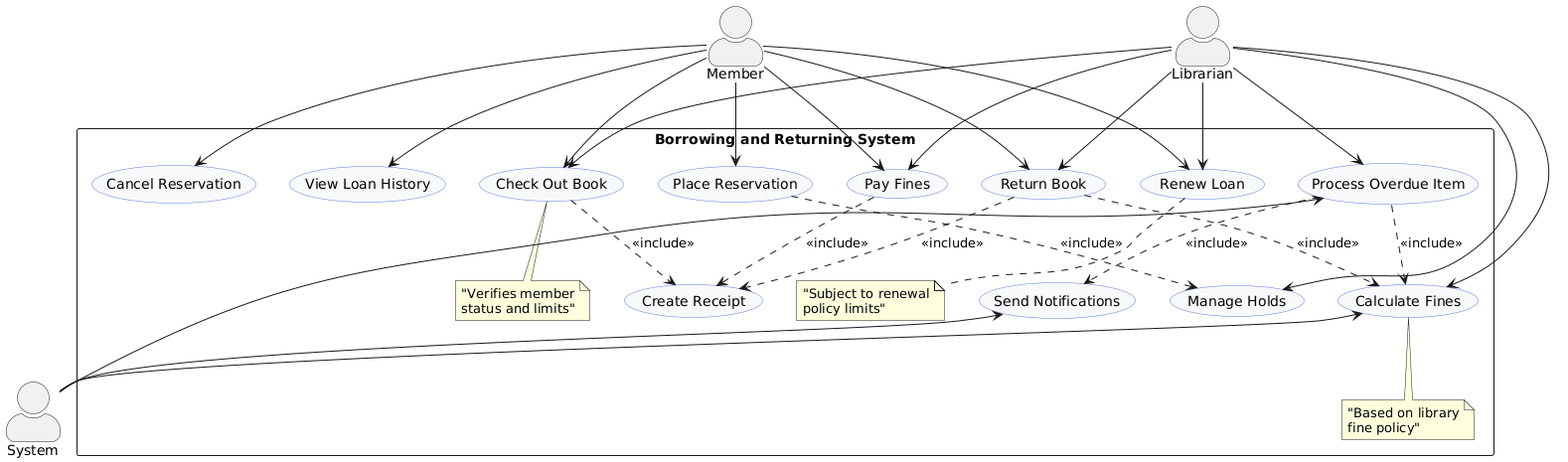
yasinsezgin44/davon-library-system keeps this PlantUML diagram as davon-library-webui/docs/diagrams/Borrowing-Returning-UseCase.png. Above is the earlier version.
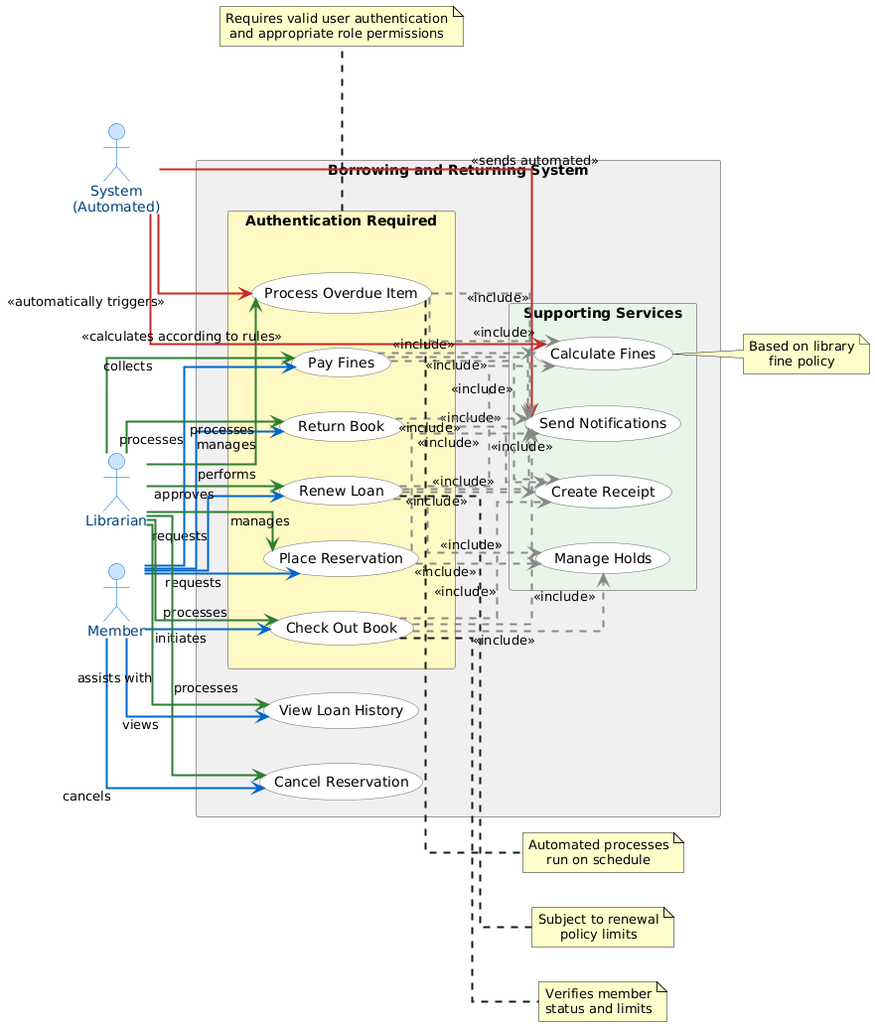
After the commit.

Commit message:
Update use case diagrams in documentation

Change to the diagram source:
```diff
@@ -1,58 +1,117 @@
 @startuml
-skinparam actorStyle awesome
+left to right direction
+skinparam packageStyle rectangle
+skinparam defaultTextAlignment center
+
+skinparam linetype ortho
+skinparam ArrowThickness 2
+
+skinparam ActorBorderColor #0066CC
+skinparam ActorBackgroundColor #CCE5FF
+skinparam ActorFontColor #004080
+
+skinparam rectangle {
+  BorderColor #999999
+  BackgroundColor #F0F0F0
+}
 skinparam usecase {
-  BackgroundColor #F8F9FA
-  BorderColor #5D76E5
+  BorderColor #666666
+  BackgroundColor #FFFFFF
 }
+
+skinparam noteBackgroundColor #FFFFCC
 
 actor "Member" as Member
 actor "Librarian" as Librarian
-actor "System" as System
+actor "System\n(Automated)" as System
 
 rectangle "Borrowing and Returning System" {
-  usecase "Check Out Book" as UC1
-  usecase "Return Book" as UC2
-  usecase "Renew Loan" as UC3
-  usecase "Place Reservation" as UC4
-  usecase "Cancel Reservation" as UC5
-  usecase "Process Overdue Item" as UC6
-  usecase "Calculate Fines" as UC7
-  usecase "Pay Fines" as UC8
-  usecase "Create Receipt" as UC9
-  usecase "View Loan History" as UC10
-  usecase "Send Notifications" as UC11
-  usecase "Manage Holds" as UC12
 
-  UC1 ..> UC9 : <<include>>
-  UC2 ..> UC7 : <<include>>
-  UC2 ..> UC9 : <<include>>
-  UC6 ..> UC7 : <<include>>
-  UC6 ..> UC11 : <<include>>
-  UC8 ..> UC9 : <<include>>
-  UC4 ..> UC12 : <<include>>
+  rectangle "Authentication Required" as SecurityBoundary #FFF9C4 {
+    usecase "Check Out Book" as CO
+    usecase "Place Reservation" as PR
+    usecase "Return Book" as RB
+    usecase "Renew Loan" as RL
+    usecase "Pay Fines" as PF
+    usecase "Process Overdue Item" as PO
+  }
 
-  note bottom of UC1 : "Verifies member\nstatus and limits"
-  note bottom of UC3 : "Subject to renewal\npolicy limits"
-  note bottom of UC7 : "Based on library\nfine policy"
+  usecase "View Loan History" as VLH
+  usecase "Cancel Reservation" as CR
+
+  rectangle "Supporting Services" #E8F5E9 {
+    usecase "Create Receipt" as CRc
+    usecase "Send Notifications" as SN
+    usecase "Manage Holds" as MH
+    usecase "Calculate Fines" as CF
+  }
 }
 
-Member --> UC1
-Member --> UC2
-Member --> UC3
-Member --> UC4
-Member --> UC5
-Member --> UC8
-Member --> UC10
+Member --> CO #0066CC : initiates
+Member --> PR #0066CC : requests
+Member --> RB #0066CC : performs
+Member --> RL #0066CC : requests
+Member --> PF #0066CC : processes
+Member --> VLH #0066CC : views
+Member --> CR  #0066CC : cancels
 
-Librarian --> UC1
-Librarian --> UC2
-Librarian --> UC3
-Librarian --> UC6
-Librarian --> UC7
-Librarian --> UC8
-Librarian --> UC12
+Librarian --> CO #2E7D32 : processes
+Librarian --> PR #2E7D32 : manages
+Librarian --> RB #2E7D32 : processes
+Librarian --> RL #2E7D32 : approves
+Librarian --> PF #2E7D32 : collects
+Librarian --> PO #2E7D32 : manages
+Librarian --> VLH #2E7D32 : assists with
+Librarian --> CR  #2E7D32 : processes
 
-UC6 <-- System
-UC7 <-- System
-UC11 <-- System
+System --> PO #C62828 : <<automatically triggers>>
+System --> CF #C62828 : <<calculates according to rules>>
+System --> SN #C62828 : <<sends automated>>
+
+CO  ..> MH #888888 : <<include>>
+CO  ..> CRc #888888 : <<include>>
+CO  ..> SN #888888 : <<include>>
+
+PR  ..> MH #888888 : <<include>>
+PR  ..> SN #888888 : <<include>>
+
+RB  ..> CRc #888888 : <<include>>
+RB  ..> SN #888888 : <<include>>
+
+RL  ..> MH #888888 : <<include>>
+RL  ..> CRc #888888 : <<include>>
+RL  ..> SN #888888 : <<include>>
+RL  ..> CF #888888 : <<include>>
+
+PF  ..> CRc #888888 : <<include>>
+PF  ..> SN #888888 : <<include>>
+PF  ..> CF #888888 : <<include>>
+
+PO  ..> SN #888888 : <<include>>
+PO  ..> CF #888888 : <<include>>
+
+note bottom of SecurityBoundary
+  Requires valid user authentication
+  and appropriate role permissions
+end note
+
+note right of CO
+  Verifies member
+  status and limits
+end note
+
+note right of RL
+  Subject to renewal
+  policy limits
+end note
+
+note right of CF
+  Based on library
+  fine policy
+end note
+
+note right of PO
+  Automated processes
+  run on schedule
+end note
 @enduml
```
